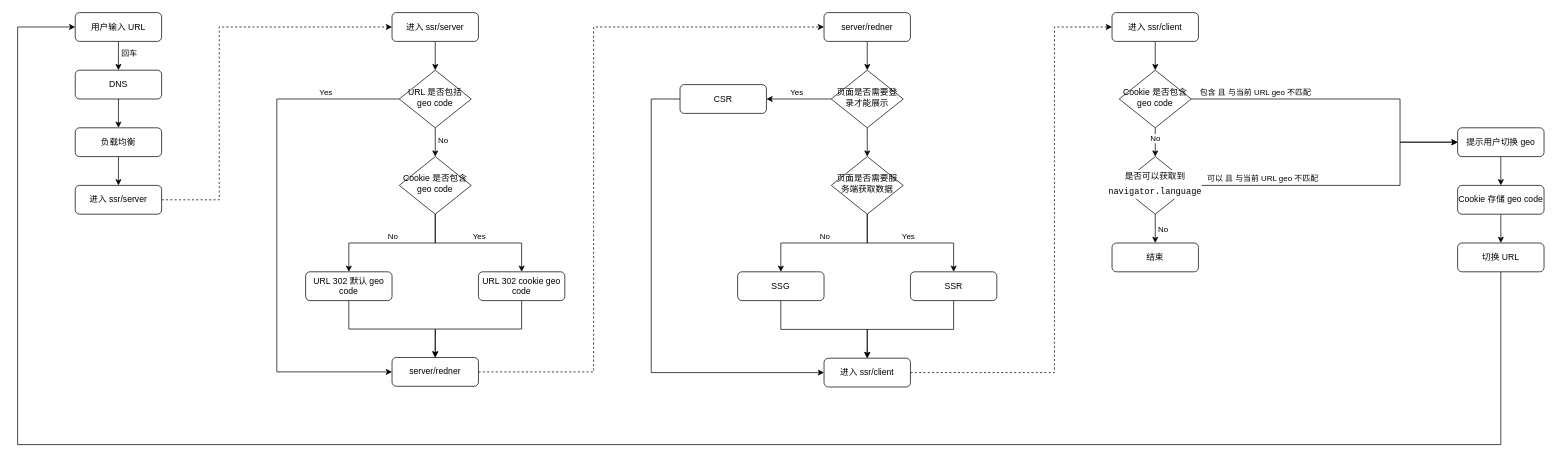
Earlier version of the draw.io diagram robosen/路由重定向.drawio (wujiesixing/draw.io). Source tidied: cells renumbered, new cells numbered last; positions are measured from the earlier drawing's top-left corner, leaving out a move shared by most shapes. Both pictures are drawn from the tidied source at 72%, with x=0, y=0 at pixel (17, 12).
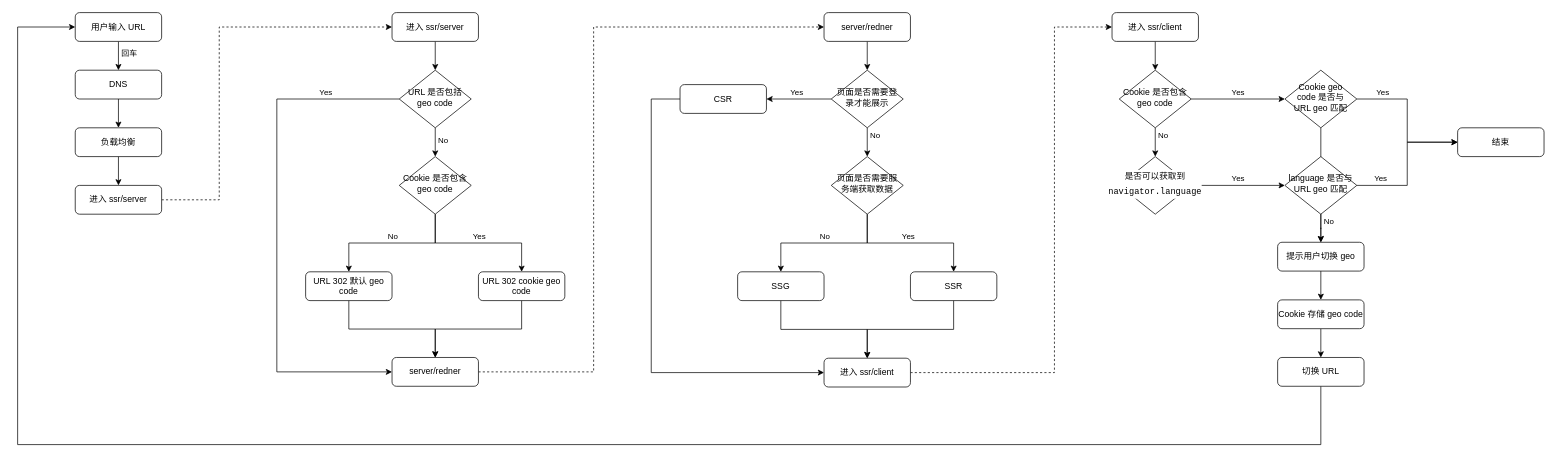
The same diagram, later.

Commit message:
更新路由重定向.drawio

The change refers to these unchanged cells:
```xml
<mxCell id="4" value="用户输入 URL" style="rounded=1;whiteSpace=wrap;html=1;fontSize=12;glass=0;strokeWidth=1;shadow=0;" parent="1" vertex="1">
  <mxGeometry x="80" width="120" height="40" as="geometry" />
</mxCell>
<mxCell id="23" style="edgeStyle=orthogonalEdgeStyle;rounded=0;jettySize=auto;html=1;" parent="1" edge="1" source="27" target="32">
  <mxGeometry relative="1" as="geometry" />
</mxCell>
<mxCell id="27" value="Cookie 是否包含 geo&amp;nbsp;code" style="rhombus;whiteSpace=wrap;html=1;shadow=0;fontFamily=Helvetica;fontSize=12;align=center;strokeWidth=1;spacing=6;spacingTop=-4;" parent="1" vertex="1">
  <mxGeometry x="1530" y="80" width="100" height="80" as="geometry" />
</mxCell>
<mxCell id="32" value="&lt;div style=&quot;background-color: rgb(255, 255, 255); line-height: 19px;&quot;&gt;&lt;font face=&quot;Consolas, Courier New, monospace&quot;&gt;是否可以获取到 navigator.language&lt;/font&gt;&lt;br&gt;&lt;/div&gt;" style="rhombus;whiteSpace=wrap;html=1;shadow=0;fontFamily=Helvetica;fontSize=12;align=center;strokeWidth=1;spacing=6;spacingTop=-4;" parent="1" vertex="1">
  <mxGeometry x="1530" y="200" width="100" height="80" as="geometry" />
</mxCell>
<mxCell id="43" style="edgeStyle=orthogonalEdgeStyle;rounded=0;jettySize=auto;html=1;entryX=0.5;entryY=0;entryDx=0;entryDy=0;" parent="1" edge="1" source="46" target="51">
  <mxGeometry relative="1" as="geometry" />
</mxCell>
```

Change to the diagram source:
```diff
@@
     <mxCell id="24" value="No" style="edgeLabel;html=1;align=center;verticalAlign=middle;" parent="23" vertex="1">
-      <mxGeometry x="-0.28" y="-1" relative="1" as="geometry" />
+      <mxGeometry x="-0.28" y="-1" relative="1" as="geometry">
+        <mxPoint x="11" y="-5" as="offset" />
+      </mxGeometry>
     </mxCell>
-    <mxCell id="25" style="edgeStyle=orthogonalEdgeStyle;rounded=0;jettySize=auto;html=1;entryX=0;entryY=0.5;entryDx=0;entryDy=0;" parent="1" edge="1" source="27" target="34">
-      <mxGeometry relative="1" as="geometry">
-        <Array as="points">
-          <mxPoint x="1920" y="120" />
-          <mxPoint x="1920" y="180" />
-        </Array>
-      </mxGeometry>
+    <mxCell id="25" style="edgeStyle=orthogonalEdgeStyle;rounded=0;jettySize=auto;html=1;entryX=0;entryY=0.5;entryDx=0;entryDy=0;" parent="1" edge="1" source="27" target="73">
+      <mxGeometry relative="1" as="geometry" />
     </mxCell>
-    <mxCell id="26" value="包含 且 与当前 URL geo 不匹配" style="edgeLabel;html=1;align=center;verticalAlign=middle;" parent="25" vertex="1">
+    <mxCell id="26" value="Yes" style="edgeLabel;html=1;align=center;verticalAlign=middle;" parent="25" vertex="1">
       <mxGeometry x="-0.84" relative="1" as="geometry">
         <mxPoint x="54" y="-10" as="offset" />
       </mxGeometry>
     </mxCell>
@@
-    <mxCell id="28" style="edgeStyle=orthogonalEdgeStyle;rounded=0;jettySize=auto;html=1;entryX=0;entryY=0.5;entryDx=0;entryDy=0;" parent="1" edge="1" source="32" target="34">
-      <mxGeometry relative="1" as="geometry">
-        <Array as="points">
-          <mxPoint x="1920" y="240" />
-          <mxPoint x="1920" y="180" />
-        </Array>
-      </mxGeometry>
-    </mxCell>
-    <mxCell id="29" value="可以 且 与当前 URL geo 不匹配" style="edgeLabel;html=1;align=center;verticalAlign=middle;" parent="28" vertex="1">
-      <mxGeometry x="-0.75" y="-1" relative="1" as="geometry">
-        <mxPoint x="44" y="-11" as="offset" />
-      </mxGeometry>
-    </mxCell>
-    <mxCell id="30" style="edgeStyle=orthogonalEdgeStyle;rounded=0;jettySize=auto;html=1;entryX=0.5;entryY=0;entryDx=0;entryDy=0;" parent="1" edge="1" source="32" target="66">
-      <mxGeometry relative="1" as="geometry" />
-    </mxCell>
-    <mxCell id="31" value="No" style="edgeLabel;html=1;align=center;verticalAlign=middle;" parent="30" vertex="1">
-      <mxGeometry x="-0.2" y="-2" relative="1" as="geometry">
-        <mxPoint x="12" y="4" as="offset" />
-      </mxGeometry>
-    </mxCell>
+    <mxCell id="67" style="edgeStyle=orthogonalEdgeStyle;rounded=0;jettySize=auto;html=1;entryX=0;entryY=0.5;entryDx=0;entryDy=0;" parent="1" edge="1" source="32" target="78">
+      <mxGeometry relative="1" as="geometry" />
+    </mxCell>
+    <mxCell id="68" value="Yes" style="edgeLabel;html=1;align=center;verticalAlign=middle;" parent="67" vertex="1">
+      <mxGeometry x="-0.22" relative="1" as="geometry">
+        <mxPoint x="13" y="-10" as="offset" />
+      </mxGeometry>
+    </mxCell>
@@
     <mxCell id="34" value="提示用户切换 geo" style="rounded=1;whiteSpace=wrap;html=1;fontSize=12;glass=0;strokeWidth=1;shadow=0;" parent="1" vertex="1">
-      <mxGeometry x="2000" y="160" width="120" height="40" as="geometry" />
+      <mxGeometry x="1750" y="319" width="120" height="40" as="geometry" />
     </mxCell>
@@
     <mxCell id="36" value="Cookie 存储 geo&amp;nbsp;code" style="rounded=1;whiteSpace=wrap;html=1;fontSize=12;glass=0;strokeWidth=1;shadow=0;" parent="1" vertex="1">
-      <mxGeometry x="2000" y="240" width="120" height="40" as="geometry" />
+      <mxGeometry x="1750" y="399" width="120" height="40" as="geometry" />
     </mxCell>
     <mxCell id="37" style="edgeStyle=orthogonalEdgeStyle;rounded=0;jettySize=auto;html=1;exitX=0.5;exitY=1;exitDx=0;exitDy=0;entryX=0;entryY=0.5;entryDx=0;entryDy=0;" parent="1" edge="1" source="38" target="4">
       <mxGeometry relative="1" as="geometry">
         <Array as="points">
-          <mxPoint x="2060" y="600" />
+          <mxPoint x="1810" y="600" />
           <mxPoint y="600" />
           <mxPoint y="20" />
         </Array>
       </mxGeometry>
     </mxCell>
     <mxCell id="38" value="切换 URL" style="rounded=1;whiteSpace=wrap;html=1;fontSize=12;glass=0;strokeWidth=1;shadow=0;" parent="1" vertex="1">
-      <mxGeometry x="2000" y="320" width="120" height="40" as="geometry" />
+      <mxGeometry x="1750" y="479" width="120" height="40" as="geometry" />
     </mxCell>
@@
+    <mxCell id="69" value="No" style="edgeLabel;html=1;align=center;verticalAlign=middle;" parent="43" vertex="1">
+      <mxGeometry x="-0.15" y="-1" relative="1" as="geometry">
+        <mxPoint x="11" y="-7" as="offset" />
+      </mxGeometry>
+    </mxCell>
@@
     <mxCell id="66" value="结束" style="rounded=1;whiteSpace=wrap;html=1;fontSize=12;glass=0;strokeWidth=1;shadow=0;" parent="1" vertex="1">
-      <mxGeometry x="1520" y="320" width="120" height="40" as="geometry" />
+      <mxGeometry x="2000" y="160" width="120" height="40" as="geometry" />
     </mxCell>
+    <mxCell id="70" style="edgeStyle=orthogonalEdgeStyle;rounded=0;jettySize=auto;html=1;entryX=0;entryY=0.5;entryDx=0;entryDy=0;" parent="1" edge="1" source="73" target="66">
+      <mxGeometry relative="1" as="geometry" />
+    </mxCell>
+    <mxCell id="71" value="Yes" style="edgeLabel;html=1;align=center;verticalAlign=middle;" parent="70" vertex="1">
+      <mxGeometry x="-0.65" y="2" relative="1" as="geometry">
+        <mxPoint y="-8" as="offset" />
+      </mxGeometry>
+    </mxCell>
+    <mxCell id="72" style="edgeStyle=orthogonalEdgeStyle;rounded=0;jettySize=auto;html=1;entryX=0.5;entryY=0;entryDx=0;entryDy=0;" parent="1" edge="1" source="73" target="34">
+      <mxGeometry relative="1" as="geometry" />
+    </mxCell>
+    <mxCell id="73" value="Cookie geo code 是否与 URL geo 匹配" style="rhombus;whiteSpace=wrap;html=1;shadow=0;fontFamily=Helvetica;fontSize=12;align=center;strokeWidth=1;spacing=6;spacingTop=-4;" parent="1" vertex="1">
+      <mxGeometry x="1760" y="80" width="100" height="80" as="geometry" />
+    </mxCell>
+    <mxCell id="74" style="edgeStyle=orthogonalEdgeStyle;rounded=0;jettySize=auto;html=1;entryX=0;entryY=0.5;entryDx=0;entryDy=0;" parent="1" edge="1" source="78" target="66">
+      <mxGeometry relative="1" as="geometry" />
+    </mxCell>
+    <mxCell id="75" value="Yes" style="edgeLabel;html=1;align=center;verticalAlign=middle;" parent="74" vertex="1">
+      <mxGeometry x="-0.68" y="4" relative="1" as="geometry">
+        <mxPoint y="-6" as="offset" />
+      </mxGeometry>
+    </mxCell>
+    <mxCell id="76" style="edgeStyle=orthogonalEdgeStyle;rounded=0;jettySize=auto;html=1;entryX=0.5;entryY=0;entryDx=0;entryDy=0;" parent="1" edge="1" source="78" target="34">
+      <mxGeometry relative="1" as="geometry" />
+    </mxCell>
+    <mxCell id="77" value="No" style="edgeLabel;html=1;align=center;verticalAlign=middle;" parent="76" vertex="1">
+      <mxGeometry x="-0.58" y="1" relative="1" as="geometry">
+        <mxPoint x="9" as="offset" />
+      </mxGeometry>
+    </mxCell>
+    <mxCell id="78" value="language 是否与 URL geo 匹配" style="rhombus;whiteSpace=wrap;html=1;shadow=0;fontFamily=Helvetica;fontSize=12;align=center;strokeWidth=1;spacing=6;spacingTop=-4;" parent="1" vertex="1">
+      <mxGeometry x="1760" y="200" width="100" height="80" as="geometry" />
+    </mxCell>
```
